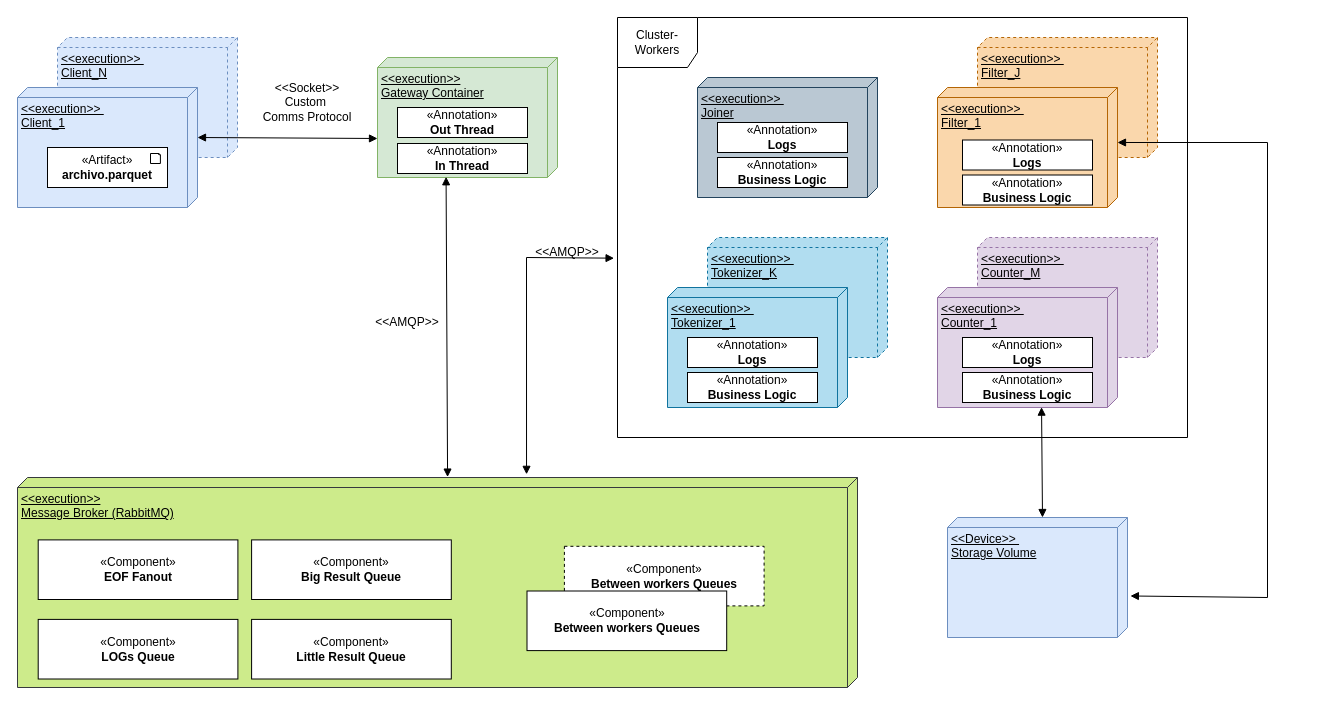
gjosen9999s/tp-final-distribuidos-grupo31 keeps this draw.io diagram as docs/Despliegue.drawio. Above is the earlier version. Source tidied: cells renumbered, new cells numbered last; positions are measured from the earlier drawing's top-left corner, leaving out a move shared by most shapes. Both pictures are drawn from the tidied source at 100%, with x=0, y=0 at pixel (17, 17).
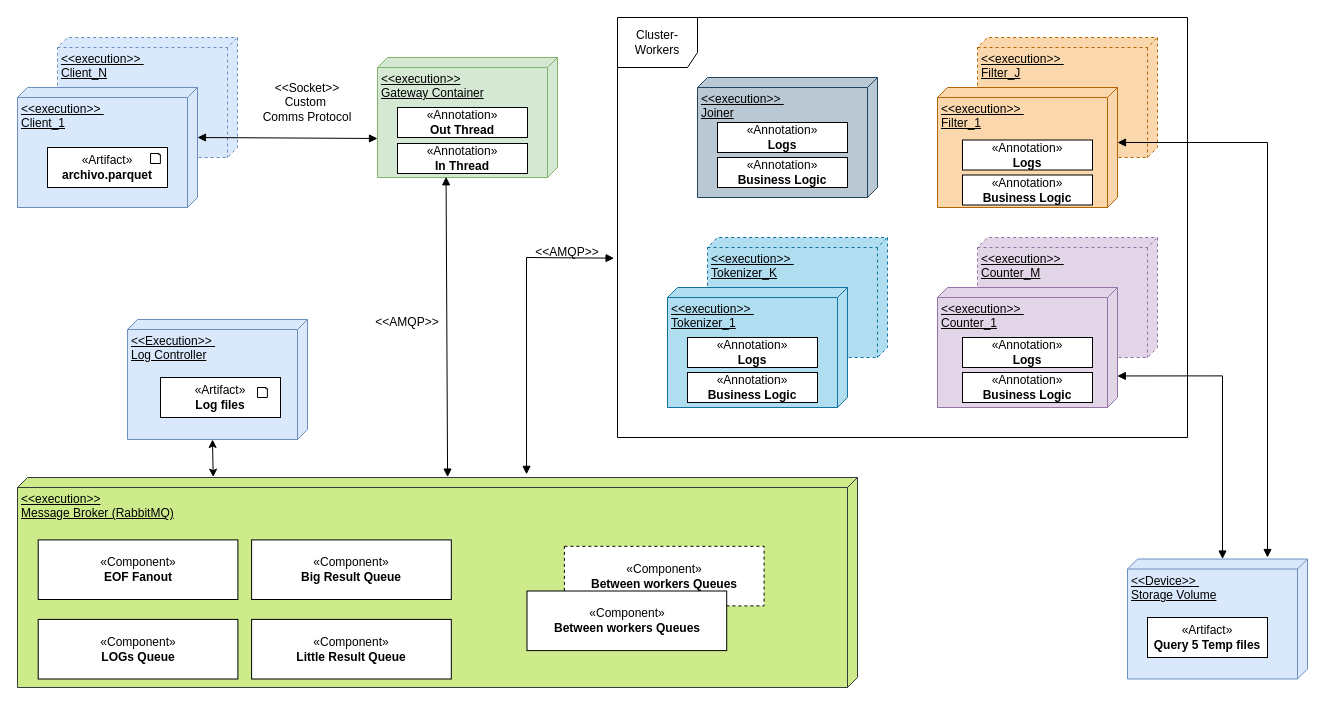
The same page after the edit.

Commit message:
FIX: Agregado log controller al despliegue

Unchanged cells that the change refers to:
```xml
<mxCell id="13" value="&amp;lt;&amp;lt;execution&amp;gt;&amp;gt;&amp;nbsp;&lt;div&gt;Counter_1&lt;/div&gt;" style="verticalAlign=top;align=left;spacingTop=8;spacingLeft=2;spacingRight=12;shape=cube;size=10;direction=south;fontStyle=4;html=1;whiteSpace=wrap;fillColor=#e1d5e7;strokeColor=#9673a6;" parent="9" vertex="1">
  <mxGeometry x="320" y="270" width="180" height="120" as="geometry" />
</mxCell>
<mxCell id="15" value="&amp;lt;&amp;lt;execution&amp;gt;&amp;gt;&amp;nbsp;&lt;div&gt;Filter_1&lt;/div&gt;" style="verticalAlign=top;align=left;spacingTop=8;spacingLeft=2;spacingRight=12;shape=cube;size=10;direction=south;fontStyle=4;html=1;whiteSpace=wrap;fillColor=#fad7ac;strokeColor=#b46504;" parent="9" vertex="1">
  <mxGeometry x="320" y="70" width="180" height="120" as="geometry" />
</mxCell>
<mxCell id="29" value="&lt;div&gt;&amp;lt;&amp;lt;execution&amp;gt;&amp;gt;&lt;/div&gt;Message Broker (RabbitMQ)" style="verticalAlign=top;align=left;spacingTop=8;spacingLeft=2;spacingRight=12;shape=cube;size=10;direction=south;fontStyle=4;html=1;whiteSpace=wrap;fillColor=#cdeb8b;strokeColor=#36393d;" parent="28" vertex="1">
  <mxGeometry width="840" height="210" as="geometry" />
</mxCell>
```

The edit, as a diff of the source:
```diff
@@
     <mxCell id="36" value="&amp;lt;&amp;lt;Device&amp;gt;&amp;gt;&amp;nbsp;&lt;div&gt;Storage Volume&lt;/div&gt;" style="verticalAlign=top;align=left;spacingTop=8;spacingLeft=2;spacingRight=12;shape=cube;size=10;direction=south;fontStyle=4;html=1;whiteSpace=wrap;fillColor=#dae8fc;strokeColor=#6c8ebf;" parent="1" vertex="1">
-      <mxGeometry x="930" y="500" width="180" height="120" as="geometry" />
+      <mxGeometry x="1110" y="541.5" width="180" height="120" as="geometry" />
     </mxCell>
-    <mxCell id="37" style="endArrow=block;startArrow=block;endFill=1;startFill=1;html=1;rounded=0;entryX=0;entryY=0;entryDx=0;entryDy=85.00000000000001;entryPerimeter=0;exitX=0.997;exitY=0.422;exitDx=0;exitDy=0;exitPerimeter=0;" parent="1" edge="1" source="13" target="36">
-      <mxGeometry relative="1" as="geometry" />
+    <mxCell id="37" style="endArrow=block;startArrow=block;endFill=1;startFill=1;html=1;rounded=0;entryX=0;entryY=0;entryDx=0;entryDy=85.00000000000001;entryPerimeter=0;exitX=0.737;exitY=0.001;exitDx=0;exitDy=0;exitPerimeter=0;" parent="1" edge="1" source="13" target="36">
+      <mxGeometry x="-0.01" relative="1" as="geometry">
+        <Array as="points">
+          <mxPoint x="1205" y="358.4" />
+        </Array>
+      </mxGeometry>
     </mxCell>
-    <mxCell id="38" style="endArrow=block;startArrow=block;endFill=1;startFill=1;html=1;rounded=0;entryX=0.654;entryY=-0.016;entryDx=0;entryDy=0;entryPerimeter=0;exitX=0;exitY=0;exitDx=55;exitDy=0;exitPerimeter=0;" parent="1" edge="1" source="15" target="36">
-      <mxGeometry x="-0.04" relative="1" as="geometry">
+    <mxCell id="38" style="endArrow=block;startArrow=block;endFill=1;startFill=1;html=1;rounded=0;exitX=0;exitY=0;exitDx=55;exitDy=0;exitPerimeter=0;" parent="1" edge="1" source="15">
+      <mxGeometry x="-0.01" relative="1" as="geometry">
+        <mxPoint x="1250" y="540" as="targetPoint" />
         <Array as="points">
           <mxPoint x="1250" y="125" />
-          <mxPoint x="1250" y="580" />
         </Array>
       </mxGeometry>
     </mxCell>
@@
+    <mxCell id="43" value="&amp;lt;&amp;lt;Execution&amp;gt;&amp;gt;&amp;nbsp;&lt;div&gt;Log Controller&lt;/div&gt;" style="verticalAlign=top;align=left;spacingTop=8;spacingLeft=2;spacingRight=12;shape=cube;size=10;direction=south;fontStyle=4;html=1;whiteSpace=wrap;fillColor=#dae8fc;strokeColor=#6c8ebf;" parent="1" vertex="1">
+      <mxGeometry x="110" y="302" width="180" height="120" as="geometry" />
+    </mxCell>
+    <mxCell id="44" style="endArrow=classic;startArrow=classic;html=1;rounded=0;entryX=0;entryY=0;entryDx=120;entryDy=95;entryPerimeter=0;exitX=-0.002;exitY=0.767;exitDx=0;exitDy=0;exitPerimeter=0;" parent="1" edge="1" source="29" target="43">
+      <mxGeometry relative="1" as="geometry" />
+    </mxCell>
+    <mxCell id="45" value="«Artifact»&lt;br&gt;&lt;b&gt;Query 5 Temp files&lt;/b&gt;" style="html=1;whiteSpace=wrap;" parent="1" vertex="1">
+      <mxGeometry x="1130" y="600" width="120" height="40" as="geometry" />
+    </mxCell>
+    <mxCell id="46" value="«Artifact»&lt;br&gt;&lt;b&gt;Log files&lt;/b&gt;" style="html=1;whiteSpace=wrap;" parent="1" vertex="1">
+      <mxGeometry x="143" y="360" width="120" height="40" as="geometry" />
+    </mxCell>
+    <mxCell id="47" style="whiteSpace=wrap;html=1;shape=mxgraph.basic.document;" parent="1" vertex="1">
+      <mxGeometry x="240" y="370" width="10" height="10" as="geometry" />
+    </mxCell>
```
